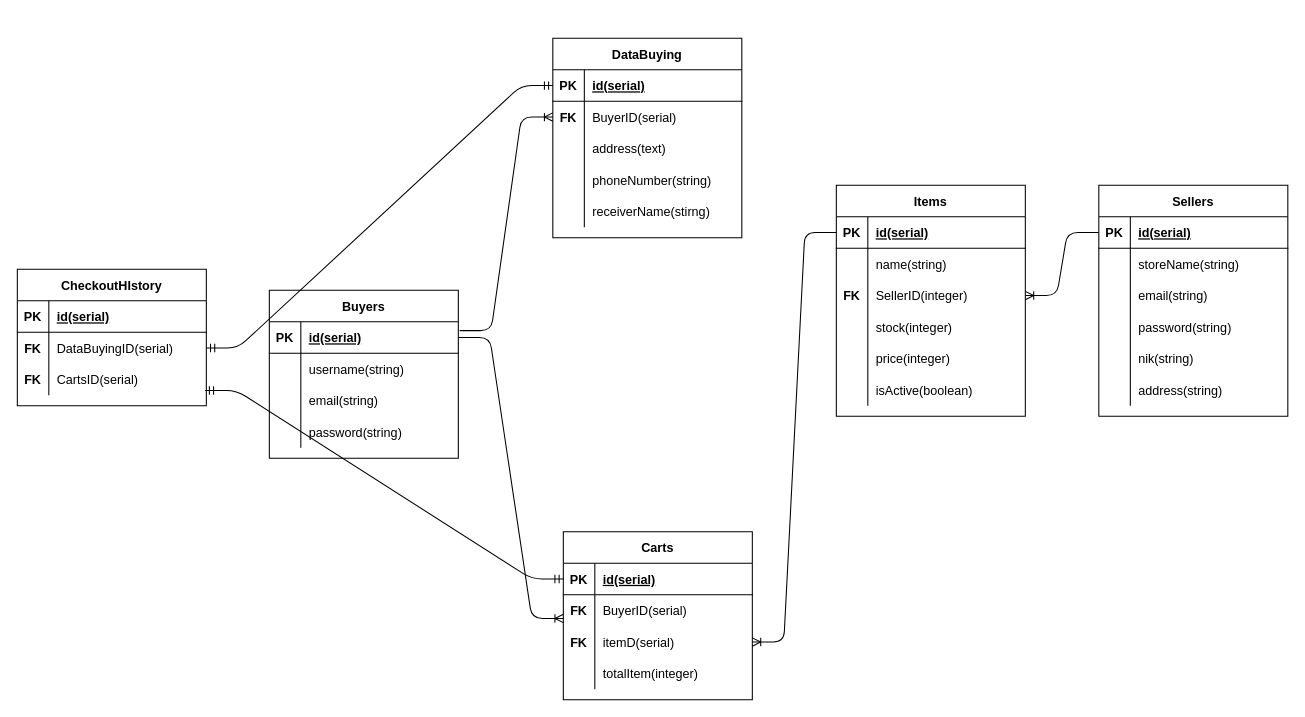
Earlier version of the draw.io diagram ecommerce.drawio (fathurk/belajar-js). Source tidied: cells renumbered, new cells numbered last; positions are measured from the earlier drawing's top-left corner, leaving out a move shared by most shapes. Both pictures are drawn from the tidied source at 105%, with x=0, y=0 at pixel (17, 38).
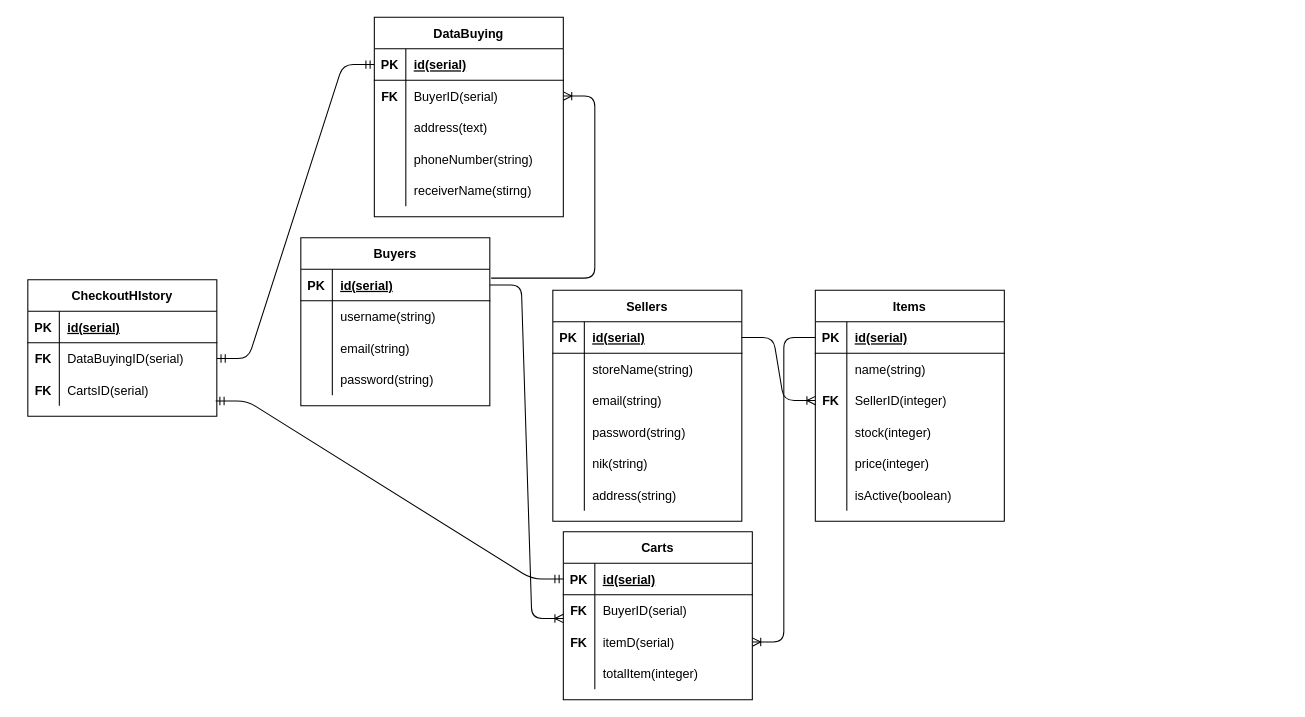
The same diagram, later.

The change refers to these unchanged cells:
```xml
<mxCell id="38" style="shape=partialRectangle;fillColor=none;top=0;left=0;bottom=0;right=0;points=[[0,0.5],[1,0.5]];portConstraint=eastwest;" parent="31" vertex="1">
  <mxGeometry y="90" width="180" height="30" as="geometry" />
</mxCell>
<mxCell id="45" style="shape=partialRectangle;fillColor=none;top=0;left=0;bottom=1;right=0;points=[[0,0.5],[1,0.5]];portConstraint=eastwest;" parent="44" vertex="1">
  <mxGeometry y="30" width="180" height="30" as="geometry" />
</mxCell>
<mxCell id="64" style="shape=partialRectangle;fillColor=none;top=0;left=0;bottom=1;right=0;points=[[0,0.5],[1,0.5]];portConstraint=eastwest;" parent="63" vertex="1">
  <mxGeometry y="30" width="180" height="30" as="geometry" />
</mxCell>
<mxCell id="70" style="shape=partialRectangle;fillColor=none;top=0;left=0;bottom=0;right=0;points=[[0,0.5],[1,0.5]];portConstraint=eastwest;" parent="63" vertex="1">
  <mxGeometry y="90" width="180" height="30" as="geometry" />
</mxCell>
```

What changed in the source:
```diff
@@
     <mxCell id="2" value="Buyers" style="shape=table;startSize=30;childLayout=tableLayout;rowLines=0;fontStyle=1;align=center;" parent="1" vertex="1">
-      <mxGeometry x="240" y="240" width="180" height="160" as="geometry" />
+      <mxGeometry x="270" y="190" width="180" height="160" as="geometry" />
     </mxCell>
@@
     <mxCell id="15" value="DataBuying" style="shape=table;startSize=30;childLayout=tableLayout;rowLines=0;fontStyle=1;align=center;" parent="1" vertex="1">
-      <mxGeometry x="510" width="180" height="190" as="geometry" />
+      <mxGeometry x="340" y="-20" width="180" height="190" as="geometry" />
     </mxCell>
@@
     <mxCell id="44" value="Sellers" style="shape=table;startSize=30;childLayout=tableLayout;rowLines=0;fontStyle=1;align=center;" parent="1" vertex="1">
-      <mxGeometry x="1030" y="140" width="180" height="220" as="geometry" />
+      <mxGeometry x="510" y="240" width="180" height="220" as="geometry" />
     </mxCell>
@@
     <mxCell id="63" value="Items" style="shape=table;startSize=30;childLayout=tableLayout;rowLines=0;fontStyle=1;align=center;" parent="1" vertex="1">
-      <mxGeometry x="780" y="140" width="180" height="220" as="geometry" />
+      <mxGeometry x="760" y="240" width="180" height="220" as="geometry" />
     </mxCell>
@@
     <mxCell id="82" value="CheckoutHIstory" style="shape=table;startSize=30;childLayout=tableLayout;rowLines=0;fontStyle=1;align=center;" parent="1" vertex="1">
-      <mxGeometry y="220" width="180" height="130" as="geometry" />
+      <mxGeometry x="10" y="230" width="180" height="130" as="geometry" />
     </mxCell>
@@
-    <mxCell id="92" style="edgeStyle=entityRelationEdgeStyle;fontSize=12;html=1;endArrow=ERoneToMany;exitX=0;exitY=0.5;exitDx=0;exitDy=0;entryX=1;entryY=0.5;entryDx=0;entryDy=0;" parent="1" edge="1" source="45" target="70">
+    <mxCell id="92" style="edgeStyle=entityRelationEdgeStyle;fontSize=12;html=1;endArrow=ERoneToMany;exitX=1;exitY=0.5;exitDx=0;exitDy=0;entryX=0;entryY=0.5;entryDx=0;entryDy=0;" parent="1" edge="1" source="45" target="70">
       <mxGeometry relative="1" as="geometry" />
     </mxCell>
-    <mxCell id="93" style="edgeStyle=entityRelationEdgeStyle;fontSize=12;html=1;endArrow=ERoneToMany;exitX=0;exitY=0.5;exitDx=0;exitDy=0;entryX=1;entryY=0.5;entryDx=0;entryDy=0;" parent="1" edge="1" source="64" target="38">
+    <mxCell id="93" style="edgeStyle=entityRelationEdgeStyle;fontSize=12;html=1;endArrow=ERoneToMany;entryX=1;entryY=0.5;entryDx=0;entryDy=0;exitX=0;exitY=0.5;exitDx=0;exitDy=0;" parent="1" edge="1" source="64" target="38">
       <mxGeometry relative="1" as="geometry" />
     </mxCell>
```
